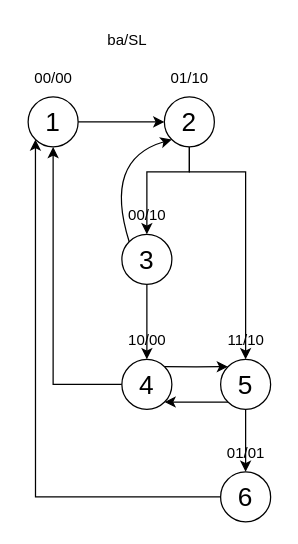
This is médian exo3 1er essai.drawio from Riuza-c-137/diagrams.net-default_repo, a draw.io file, before an edit. Source tidied: cells renumbered, new cells numbered last; positions are measured from the earlier drawing's top-left corner, leaving out a move shared by most shapes. Both pictures are drawn from the tidied source at 125%, with x=0, y=0 at pixel (21, 21).
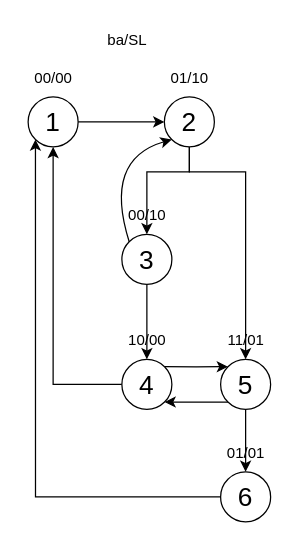
Above is the later version.

Commit message (it also covers changes not shown here):
Mettre à jour médian exo3 1er essai.drawio

The edit, as a diff of the source:
```diff
@@
-    <mxCell id="19" value="11/10" style="text;html=1;align=center;verticalAlign=middle;strokeColor=none;fillColor=none;" parent="1" vertex="1">
+    <mxCell id="19" value="11/01" style="text;html=1;align=center;verticalAlign=middle;strokeColor=none;fillColor=none;" parent="1" vertex="1">
       <mxGeometry x="154" y="240" width="50" height="30" as="geometry" />
     </mxCell>
```
